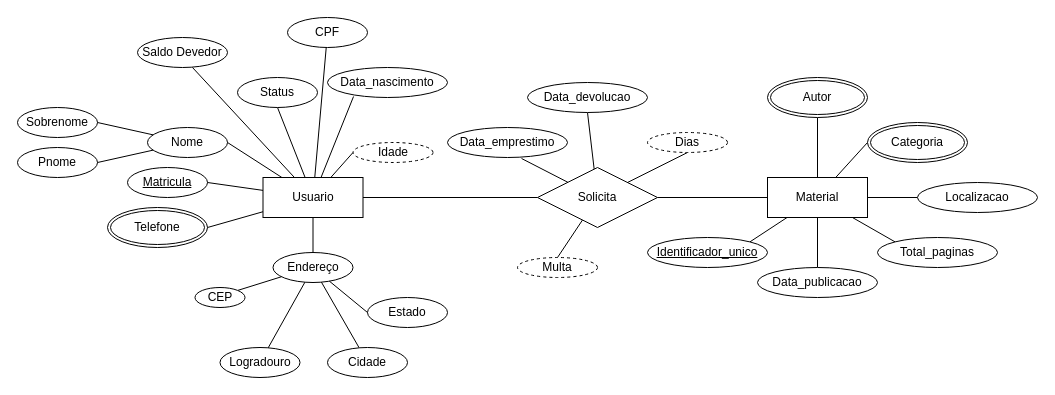
Before: DER_Biblioteca.drawio in robsonsan/DER_biblioteca, a draw.io diagram. Source tidied: cells renumbered, new cells numbered last; positions are measured from the earlier drawing's top-left corner, leaving out a move shared by most shapes. Both pictures are drawn from the tidied source at 100%, with x=0, y=0 at pixel (17, 17).
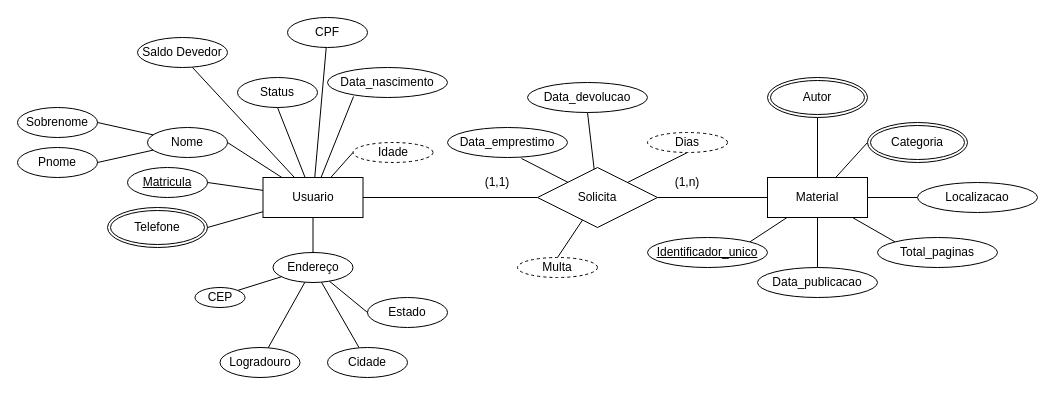
The same page after the edit.

Commit message:
Inserindo as cardinalidades do relacionamento

The change refers to these unchanged cells:
```xml
<mxCell id="7" value="Solicita" style="shape=rhombus;perimeter=rhombusPerimeter;whiteSpace=wrap;html=1;align=center;fontSize=12;" parent="1" vertex="1">
  <mxGeometry x="520" y="150" width="120" height="60" as="geometry" />
</mxCell>
<mxCell id="19" value="Usuario" style="whiteSpace=wrap;html=1;align=center;" parent="1" vertex="1">
  <mxGeometry x="245.5" y="160" width="100" height="40" as="geometry" />
</mxCell>
```

The edit, as a diff of the source:
```diff
@@
-    <mxCell id="15" style="edgeStyle=none;rounded=0;jettySize=auto;html=1;entryX=0;entryY=0.5;entryDx=0;entryDy=0;endArrow=none;endFill=0;" parent="1" edge="1" source="19" target="7">
-      <mxGeometry relative="1" as="geometry" />
-    </mxCell>
@@
+    <mxCell id="15" style="rounded=0;jettySize=auto;html=1;endArrow=none;endFill=0;" parent="1" edge="1" source="19" target="7">
+      <mxGeometry relative="1" as="geometry" />
+    </mxCell>
@@
+    <mxCell id="57" value="(1,1)" style="text;html=1;strokeColor=none;fillColor=none;align=center;verticalAlign=middle;whiteSpace=wrap;rounded=0;" parent="1" vertex="1">
+      <mxGeometry x="460" y="155" width="40" height="20" as="geometry" />
+    </mxCell>
+    <mxCell id="58" value="(1,n)" style="text;html=1;strokeColor=none;fillColor=none;align=center;verticalAlign=middle;whiteSpace=wrap;rounded=0;" parent="1" vertex="1">
+      <mxGeometry x="650" y="155" width="40" height="20" as="geometry" />
+    </mxCell>
```
